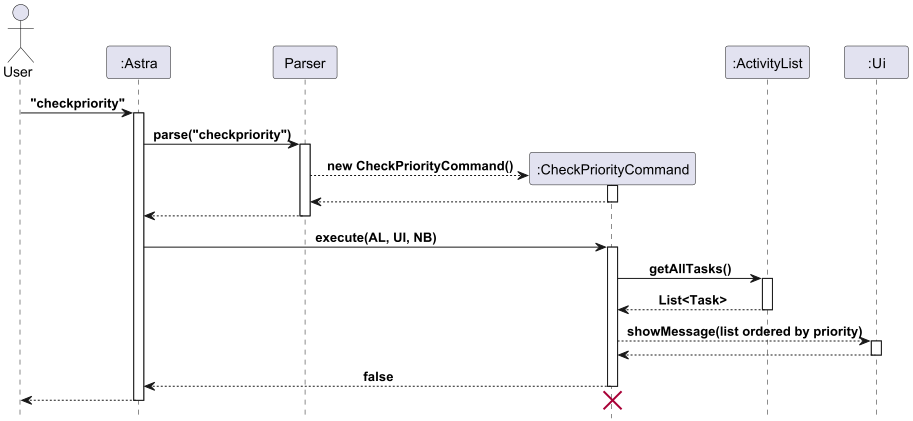
Before: docs/images/checkPriority_sequence.png, a diagram exported from PlantUML (Kennahh/tp). Its source is kept beside it as docs/diagrams/checkPriority_sequence.puml.
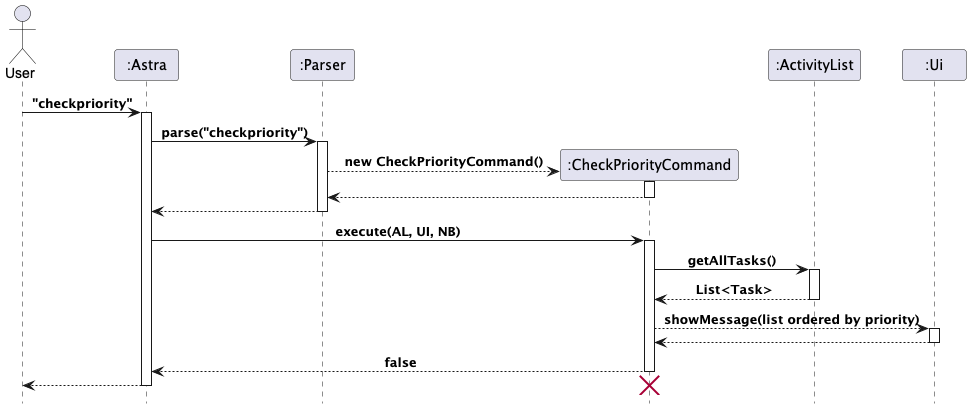
Later version of the same file.

Diff of the diagram source:
```diff
@@ -2,7 +2,7 @@
 !include style.puml
 actor User
 participant Astra as ":Astra"
-participant Parser
+participant Parser as ":Parser"
 participant C as ":CheckPriorityCommand"
 participant AL as ":ActivityList"
 participant UI as ":Ui"
```
